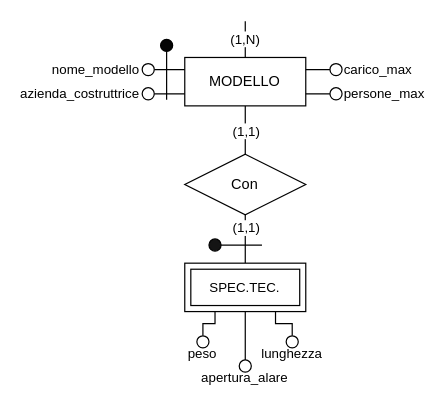
Before: page "reiterazione_modello" (3 of 6) of schemi/SchemaER.drawio in thomasmassarutto/Voli_Aeroporto, a draw.io diagram. Source tidied: cells renumbered, new cells numbered last; positions are measured from the earlier drawing's top-left corner, leaving out a move shared by most shapes. Both pictures are drawn from the tidied source at 121%, with x=0, y=0 at pixel (142, 21).
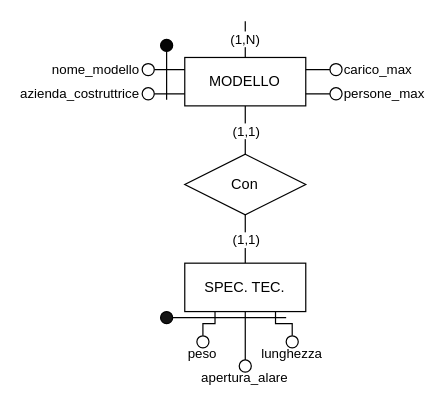
The same diagram, later.

Unchanged cells that the change refers to:
```xml
<mxCell id="18" value="Con" style="shape=rhombus;perimeter=rhombusPerimeter;whiteSpace=wrap;html=1;align=center;" parent="1" vertex="1">
  <mxGeometry x="35.2" y="110" width="100" height="50" as="geometry" />
</mxCell>
<mxCell id="21" value="peso" style="ellipse;whiteSpace=wrap;html=1;align=center;fontFamily=Helvetica;fontSize=11;fontColor=default;labelPosition=center;verticalLabelPosition=bottom;verticalAlign=middle;" parent="1" vertex="1">
  <mxGeometry x="45.2" y="260" width="10" height="10" as="geometry" />
</mxCell>
<mxCell id="23" value="lunghezza" style="ellipse;whiteSpace=wrap;html=1;align=center;fontFamily=Helvetica;fontSize=11;fontColor=default;labelPosition=center;verticalLabelPosition=bottom;verticalAlign=middle;" parent="1" vertex="1">
  <mxGeometry x="119" y="260" width="10" height="10" as="geometry" />
</mxCell>
<mxCell id="24" value="apertura_alare" style="ellipse;whiteSpace=wrap;html=1;align=center;fontFamily=Helvetica;fontSize=11;fontColor=default;labelPosition=center;verticalLabelPosition=bottom;verticalAlign=middle;" parent="1" vertex="1">
  <mxGeometry x="80.2" y="280" width="10" height="10" as="geometry" />
</mxCell>
```

The edit, as a diff of the source:
```diff
@@
-    <mxCell id="16" style="edgeStyle=orthogonalEdgeStyle;shape=connector;rounded=0;jettySize=auto;html=1;entryX=0.5;entryY=0;entryDx=0;entryDy=0;labelBackgroundColor=default;strokeColor=default;align=center;verticalAlign=middle;fontFamily=Helvetica;fontSize=11;fontColor=default;endArrow=none;endFill=0;" parent="1" edge="1" source="18" target="27">
+    <mxCell id="16" style="edgeStyle=orthogonalEdgeStyle;shape=connector;rounded=0;jettySize=auto;html=1;entryX=0.5;entryY=0;entryDx=0;entryDy=0;labelBackgroundColor=default;strokeColor=default;align=center;verticalAlign=middle;fontFamily=Helvetica;fontSize=11;fontColor=default;endArrow=none;endFill=0;" parent="1" edge="1" source="18" target="28">
       <mxGeometry relative="1" as="geometry" />
     </mxCell>
     <mxCell id="17" value="(1,1)" style="edgeLabel;html=1;align=center;verticalAlign=middle;fontSize=11;fontFamily=Helvetica;fontColor=default;" parent="16" vertex="1">
       <mxGeometry x="-0.24" y="1" relative="1" as="geometry">
-        <mxPoint x="-1" y="-5" as="offset" />
+        <mxPoint x="-1" y="5" as="offset" />
       </mxGeometry>
     </mxCell>
@@
-    <mxCell id="19" style="edgeStyle=orthogonalEdgeStyle;shape=connector;rounded=0;jettySize=auto;html=1;entryX=0.5;entryY=0;entryDx=0;entryDy=0;labelBackgroundColor=default;strokeColor=default;align=center;verticalAlign=middle;fontFamily=Helvetica;fontSize=11;fontColor=default;endArrow=none;endFill=0;exitX=0.5;exitY=1;exitDx=0;exitDy=0;" parent="1" edge="1" source="27" target="24">
+    <mxCell id="19" style="edgeStyle=orthogonalEdgeStyle;shape=connector;rounded=0;jettySize=auto;html=1;entryX=0.5;entryY=0;entryDx=0;entryDy=0;labelBackgroundColor=default;strokeColor=default;align=center;verticalAlign=middle;fontFamily=Helvetica;fontSize=11;fontColor=default;endArrow=none;endFill=0;exitX=0.5;exitY=1;exitDx=0;exitDy=0;" parent="1" edge="1" source="28" target="24">
       <mxGeometry relative="1" as="geometry" />
     </mxCell>
-    <mxCell id="20" style="edgeStyle=orthogonalEdgeStyle;shape=connector;rounded=0;jettySize=auto;html=1;entryX=0.25;entryY=1;entryDx=0;entryDy=0;labelBackgroundColor=default;strokeColor=default;align=center;verticalAlign=middle;fontFamily=Helvetica;fontSize=11;fontColor=default;endArrow=none;endFill=0;" parent="1" edge="1" source="21" target="27">
+    <mxCell id="20" style="edgeStyle=orthogonalEdgeStyle;shape=connector;rounded=0;jettySize=auto;html=1;entryX=0.25;entryY=1;entryDx=0;entryDy=0;labelBackgroundColor=default;strokeColor=default;align=center;verticalAlign=middle;fontFamily=Helvetica;fontSize=11;fontColor=default;endArrow=none;endFill=0;" parent="1" edge="1" source="21" target="28">
       <mxGeometry relative="1" as="geometry">
         <Array as="points">
           <mxPoint x="50" y="250" />
           <mxPoint x="60" y="250" />
         </Array>
       </mxGeometry>
     </mxCell>
@@
-    <mxCell id="22" style="edgeStyle=orthogonalEdgeStyle;shape=connector;rounded=0;jettySize=auto;html=1;entryX=0.75;entryY=1;entryDx=0;entryDy=0;labelBackgroundColor=default;strokeColor=default;align=center;verticalAlign=middle;fontFamily=Helvetica;fontSize=11;fontColor=default;endArrow=none;endFill=0;" parent="1" edge="1" source="23" target="27">
+    <mxCell id="22" style="edgeStyle=orthogonalEdgeStyle;shape=connector;rounded=0;jettySize=auto;html=1;entryX=0.75;entryY=1;entryDx=0;entryDy=0;labelBackgroundColor=default;strokeColor=default;align=center;verticalAlign=middle;fontFamily=Helvetica;fontSize=11;fontColor=default;endArrow=none;endFill=0;" parent="1" edge="1" source="23" target="28">
       <mxGeometry relative="1" as="geometry">
         <Array as="points">
           <mxPoint x="124" y="250" />
           <mxPoint x="110" y="250" />
         </Array>
       </mxGeometry>
     </mxCell>
@@
     <mxCell id="25" style="edgeStyle=orthogonalEdgeStyle;shape=connector;rounded=0;jettySize=auto;html=1;labelBackgroundColor=default;strokeColor=default;align=center;verticalAlign=middle;fontFamily=Helvetica;fontSize=11;fontColor=default;endArrow=none;endFill=0;" parent="1" edge="1" source="26">
       <mxGeometry relative="1" as="geometry">
-        <mxPoint x="99" y="185" as="targetPoint" />
+        <mxPoint x="119" y="245" as="targetPoint" />
       </mxGeometry>
     </mxCell>
     <mxCell id="26" style="ellipse;whiteSpace=wrap;html=1;align=center;fontFamily=Helvetica;fontSize=11;fontColor=default;labelPosition=center;verticalLabelPosition=bottom;verticalAlign=middle;labelBackgroundColor=none;fillColor=#141414;" parent="1" vertex="1">
-      <mxGeometry x="55.2" y="180" width="10" height="10" as="geometry" />
+      <mxGeometry x="15.2" y="240" width="10" height="10" as="geometry" />
     </mxCell>
-    <mxCell id="27" value="SPEC.TEC." style="shape=ext;margin=3;double=1;whiteSpace=wrap;html=1;align=center;fontFamily=Helvetica;fontSize=11;fontColor=default;" parent="1" vertex="1">
-      <mxGeometry x="35.2" y="200" width="100" height="40" as="geometry" />
-    </mxCell>
+    <mxCell id="28" value="SPEC. TEC." style="html=1;dashed=0;whiteSpace=wrap;" parent="1" vertex="1">
+      <mxGeometry x="35.2" y="200" width="100" height="40" as="geometry" />
+    </mxCell>
```
